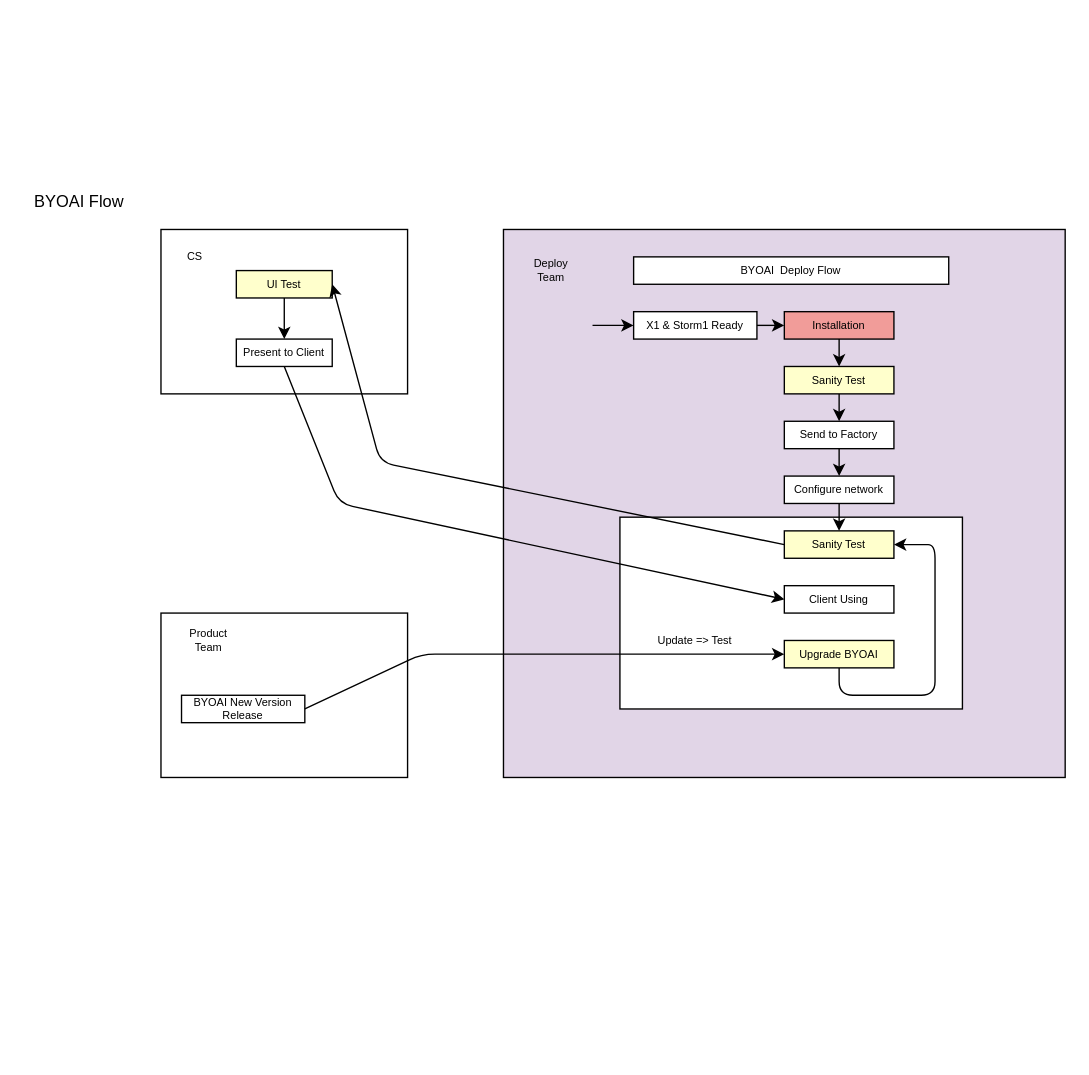
The draw.io diagram BYOAI Work Flow2.drawio in QAlexBall/diagrams, before the edit. Source tidied: cells renumbered, new cells numbered last; positions are measured from the earlier drawing's top-left corner, leaving out a move shared by most shapes. Both pictures are drawn from the tidied source at 137%, with x=0, y=0 at pixel (23, 188).
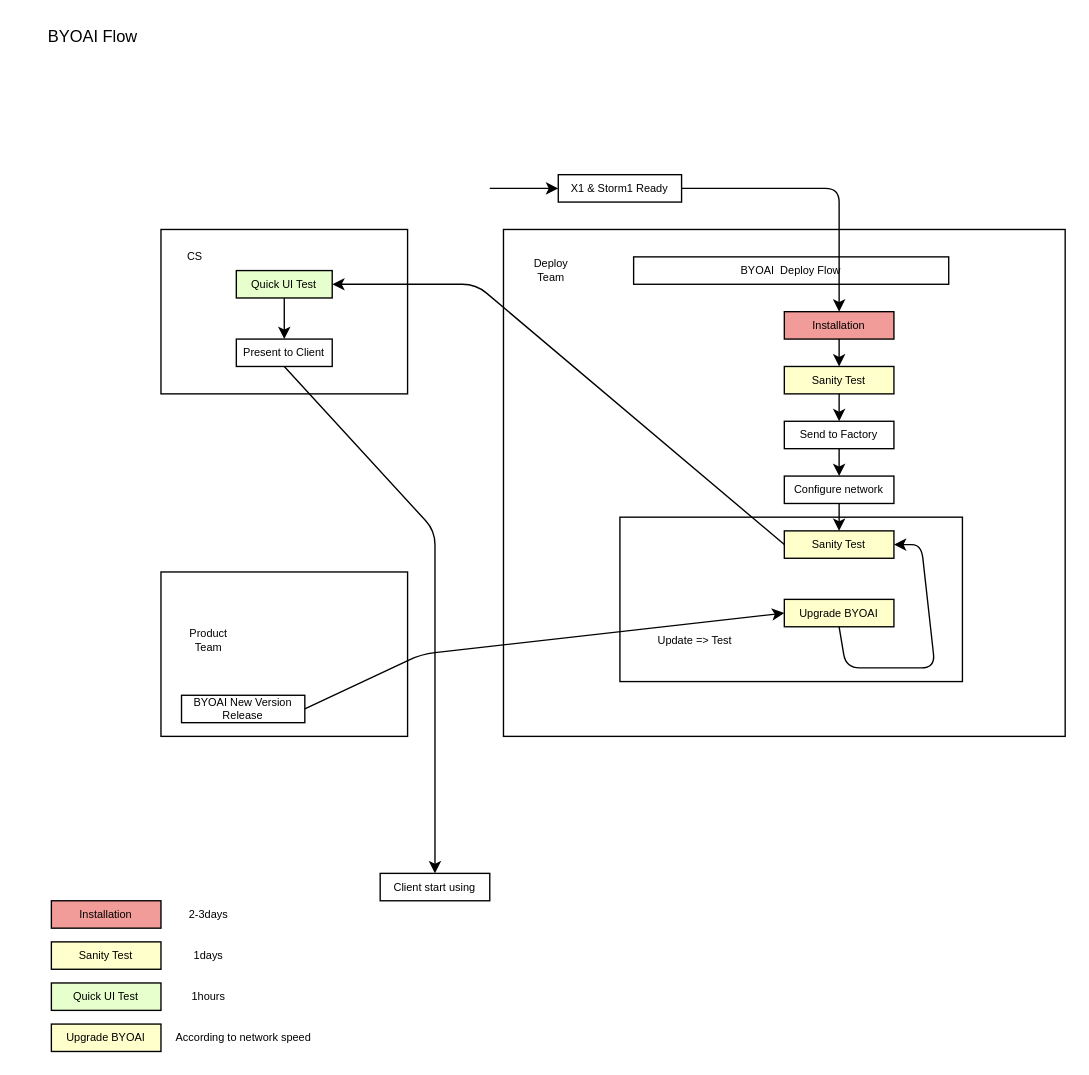
The same page after the edit.

The change refers to these unchanged cells:
```xml
<mxCell id="8" value="Present to Client" style="rounded=0;whiteSpace=wrap;html=1;fontSize=8;" parent="1" vertex="1">
  <mxGeometry x="155" y="110" width="70" height="20" as="geometry" />
</mxCell>
<mxCell id="12" value="Installation" style="rounded=0;whiteSpace=wrap;html=1;fontSize=8;fillColor=#F19C99;" parent="1" vertex="1">
  <mxGeometry x="555" y="90" width="80" height="20" as="geometry" />
</mxCell>
<mxCell id="22" value="Sanity Test" style="rounded=0;whiteSpace=wrap;html=1;fontSize=8;fillColor=#FFFFCC;" parent="1" vertex="1">
  <mxGeometry x="555" y="250" width="80" height="20" as="geometry" />
</mxCell>
```

What changed in the source:
```diff
@@
-    <mxCell id="2" style="rounded=0;whiteSpace=wrap;html=1;fillColor=#E1D5E7;fontSize=8;" parent="1" vertex="1">
-      <mxGeometry x="350" y="30" width="410" height="400" as="geometry" />
+    <mxCell id="2" style="rounded=0;whiteSpace=wrap;html=1;fillColor=#FFFFFF;fontSize=8;" parent="1" vertex="1">
+      <mxGeometry x="350" y="30" width="410" height="370" as="geometry" />
     </mxCell>
     <mxCell id="3" style="rounded=0;whiteSpace=wrap;html=1;fontSize=8;" parent="1" vertex="1">
-      <mxGeometry x="100" y="310" width="180" height="120" as="geometry" />
+      <mxGeometry x="100" y="280" width="180" height="120" as="geometry" />
     </mxCell>
@@
     <mxCell id="5" style="rounded=0;whiteSpace=wrap;html=1;fontSize=8;" parent="1" vertex="1">
-      <mxGeometry x="435" y="240" width="250" height="140" as="geometry" />
+      <mxGeometry x="435" y="240" width="250" height="120" as="geometry" />
     </mxCell>
-    <mxCell id="6" value="UI Test" style="rounded=0;whiteSpace=wrap;html=1;fontSize=8;fillColor=#FFFFCC;" parent="1" vertex="1">
+    <mxCell id="6" value="Quick UI Test" style="rounded=0;whiteSpace=wrap;html=1;fontSize=8;fillColor=#E6FFCC;" parent="1" vertex="1">
       <mxGeometry x="155" y="60" width="70" height="20" as="geometry" />
     </mxCell>
     <mxCell id="7" value="BYOAI Flow" style="text;html=1;align=center;verticalAlign=middle;" parent="1" vertex="1">
-      <mxGeometry width="80" height="20" as="geometry" />
+      <mxGeometry x="10" y="-120" width="80" height="20" as="geometry" />
     </mxCell>
@@
     <mxCell id="10" style="endArrow=classic;html=1;exitX=0;exitY=0.5;exitDx=0;exitDy=0;entryX=1;entryY=0.5;entryDx=0;entryDy=0;" parent="1" edge="1" source="22" target="6">
       <mxGeometry relative="1" as="geometry">
         <Array as="points">
-          <mxPoint x="260" y="200" />
+          <mxPoint x="330" y="70" />
         </Array>
       </mxGeometry>
     </mxCell>
@@
     <mxCell id="13" value="X1 &amp;amp; Storm1 Ready" style="rounded=0;whiteSpace=wrap;html=1;fontSize=8;" parent="1" vertex="1">
-      <mxGeometry x="445" y="90" width="90" height="20" as="geometry" />
+      <mxGeometry x="390" y="-10" width="90" height="20" as="geometry" />
     </mxCell>
     <mxCell id="14" style="endArrow=classic;html=1;entryX=0;entryY=0.5;entryDx=0;entryDy=0;fontSize=8;" parent="1" edge="1" target="13">
       <mxGeometry relative="1" as="geometry">
-        <mxPoint x="415" y="100" as="sourcePoint" />
+        <mxPoint x="340" as="sourcePoint" />
       </mxGeometry>
     </mxCell>
-    <mxCell id="15" style="endArrow=classic;html=1;exitX=1;exitY=0.5;exitDx=0;exitDy=0;entryX=0;entryY=0.5;entryDx=0;entryDy=0;fontSize=8;" parent="1" edge="1" source="13" target="12">
-      <mxGeometry relative="1" as="geometry" />
+    <mxCell id="15" style="endArrow=classic;html=1;exitX=1;exitY=0.5;exitDx=0;exitDy=0;entryX=0.5;entryY=0;entryDx=0;entryDy=0;fontSize=8;" parent="1" edge="1" source="13" target="12">
+      <mxGeometry relative="1" as="geometry">
+        <Array as="points">
+          <mxPoint x="595" />
+        </Array>
+      </mxGeometry>
     </mxCell>
@@
     <mxCell id="25" value="Upgrade BYOAI" style="rounded=0;whiteSpace=wrap;html=1;fontSize=8;fillColor=#FFFFCC;" parent="1" vertex="1">
-      <mxGeometry x="555" y="330" width="80" height="20" as="geometry" />
+      <mxGeometry x="555" y="300" width="80" height="20" as="geometry" />
     </mxCell>
-    <mxCell id="26" value="Client Using" style="rounded=0;whiteSpace=wrap;html=1;fontSize=8;" parent="1" vertex="1">
-      <mxGeometry x="555" y="290" width="80" height="20" as="geometry" />
+    <mxCell id="26" value="Client start using" style="rounded=0;whiteSpace=wrap;html=1;fontSize=8;" parent="1" vertex="1">
+      <mxGeometry x="260" y="500" width="80" height="20" as="geometry" />
     </mxCell>
@@
     <mxCell id="28" style="endArrow=classic;html=1;fontSize=8;exitX=0.5;exitY=1;exitDx=0;exitDy=0;entryX=1;entryY=0.5;entryDx=0;entryDy=0;" parent="1" edge="1" source="25" target="22">
       <mxGeometry relative="1" as="geometry">
         <Array as="points">
-          <mxPoint x="595" y="370" />
-          <mxPoint x="635" y="370" />
-          <mxPoint x="665" y="370" />
-          <mxPoint x="665" y="260" />
+          <mxPoint x="600" y="350" />
+          <mxPoint x="665" y="350" />
           <mxPoint x="655" y="260" />
         </Array>
       </mxGeometry>
     </mxCell>
@@
-    <mxCell id="30" style="endArrow=classic;html=1;fontSize=8;exitX=0.5;exitY=1;exitDx=0;exitDy=0;entryX=0;entryY=0.5;entryDx=0;entryDy=0;" parent="1" edge="1" source="8" target="26">
+    <mxCell id="30" style="endArrow=classic;html=1;fontSize=8;exitX=0.5;exitY=1;exitDx=0;exitDy=0;entryX=0.5;entryY=0;entryDx=0;entryDy=0;" parent="1" edge="1" source="8" target="26">
       <mxGeometry relative="1" as="geometry">
         <Array as="points">
-          <mxPoint x="230" y="230" />
+          <mxPoint x="300" y="250" />
+          <mxPoint x="300" y="370" />
         </Array>
       </mxGeometry>
     </mxCell>
@@
+    <mxCell id="34" value="Sanity Test" style="rounded=0;whiteSpace=wrap;html=1;fillColor=#FFFFCC;fontSize=8;" parent="1" vertex="1">
+      <mxGeometry x="20" y="550" width="80" height="20" as="geometry" />
+    </mxCell>
+    <mxCell id="35" value="1days" style="text;html=1;strokeColor=none;fillColor=none;align=center;verticalAlign=middle;whiteSpace=wrap;rounded=0;fontSize=8;" parent="1" vertex="1">
+      <mxGeometry x="100" y="550" width="70" height="20" as="geometry" />
+    </mxCell>
+    <mxCell id="36" value="Installation" style="rounded=0;whiteSpace=wrap;html=1;fontSize=8;fillColor=#F19C99;" parent="1" vertex="1">
+      <mxGeometry x="20" y="520" width="80" height="20" as="geometry" />
+    </mxCell>
+    <mxCell id="37" value="2-3days" style="text;html=1;strokeColor=none;fillColor=none;align=center;verticalAlign=middle;whiteSpace=wrap;rounded=0;fontSize=8;" parent="1" vertex="1">
+      <mxGeometry x="100" y="520" width="70" height="20" as="geometry" />
+    </mxCell>
+    <mxCell id="38" value="Quick UI Test" style="rounded=0;whiteSpace=wrap;html=1;fontSize=8;fillColor=#E6FFCC;" parent="1" vertex="1">
+      <mxGeometry x="20" y="580" width="80" height="20" as="geometry" />
+    </mxCell>
+    <mxCell id="39" value="1hours" style="text;html=1;strokeColor=none;fillColor=none;align=center;verticalAlign=middle;whiteSpace=wrap;rounded=0;fontSize=8;" parent="1" vertex="1">
+      <mxGeometry x="100" y="580" width="70" height="20" as="geometry" />
+    </mxCell>
+    <mxCell id="40" value="Upgrade BYOAI" style="rounded=0;whiteSpace=wrap;html=1;fontSize=8;fillColor=#FFFFCC;" parent="1" vertex="1">
+      <mxGeometry x="20" y="610" width="80" height="20" as="geometry" />
+    </mxCell>
+    <mxCell id="41" value="According to network speed&lt;br&gt;" style="text;html=1;align=center;verticalAlign=middle;fontSize=8;" parent="1" vertex="1">
+      <mxGeometry x="105" y="610" width="110" height="20" as="geometry" />
+    </mxCell>
```
